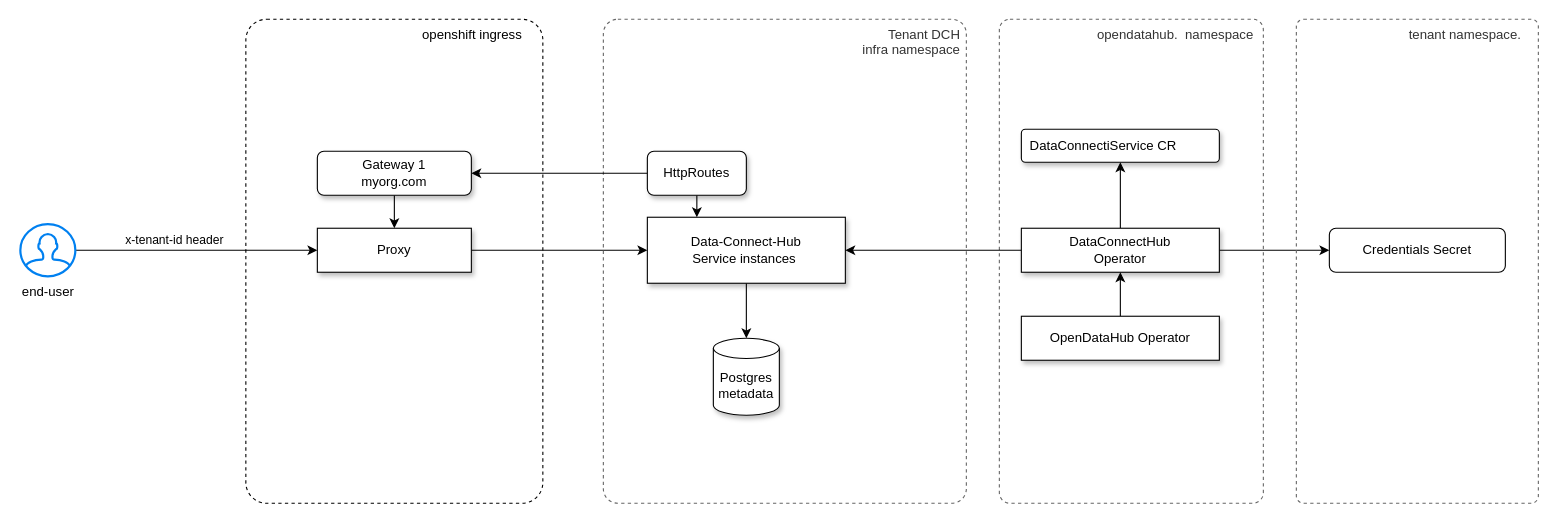
The draw.io diagram page "soft-tenancy" (4 of 5) of architecture-decision-records/data-connect-hub/diagrams/Connections.drawio in opendatahub-io/architecture-decision-records, before the edit. Source tidied: cells renumbered, new cells numbered last; positions are measured from the earlier drawing's top-left corner, leaving out a move shared by most shapes. Both pictures are drawn from the tidied source at 110%, with x=0, y=0 at pixel (20, 19).
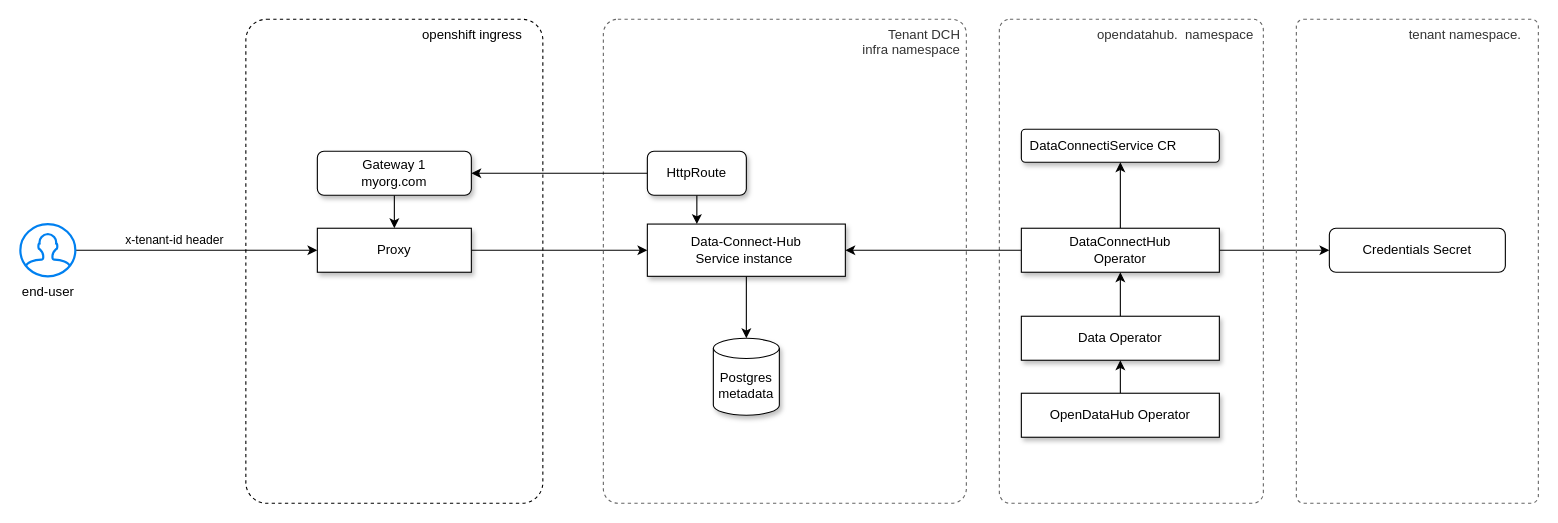
The same page after the edit.

Commit message (it also covers changes not shown here):
fix: show the new data operator that manages DCH.

Diff of the diagram source:
```diff
@@
-    <mxCell id="9" value="Data-Connect-Hub&lt;div&gt;Service instances&amp;nbsp;&lt;/div&gt;" style="rounded=0;whiteSpace=wrap;html=1;shadow=1;" parent="1" vertex="1">
-      <mxGeometry x="570" y="180" width="180" height="60" as="geometry" />
+    <mxCell id="9" value="Data-Connect-Hub&lt;div&gt;Service instance&amp;nbsp;&lt;/div&gt;" style="rounded=0;whiteSpace=wrap;html=1;shadow=1;" parent="1" vertex="1">
+      <mxGeometry x="570" y="186.2" width="180" height="47.5" as="geometry" />
     </mxCell>
@@
-    <mxCell id="17" value="OpenDataHub Operator" style="rounded=0;whiteSpace=wrap;html=1;shadow=1;" parent="1" vertex="1">
+    <mxCell id="17" value="Data Operator" style="rounded=0;whiteSpace=wrap;html=1;shadow=1;" parent="1" vertex="1">
       <mxGeometry x="910" y="270" width="180" height="40" as="geometry" />
     </mxCell>
@@
-    <mxCell id="23" value="HttpRoutes" style="rounded=1;whiteSpace=wrap;html=1;shadow=1;" parent="1" vertex="1">
+    <mxCell id="23" value="HttpRoute" style="rounded=1;whiteSpace=wrap;html=1;shadow=1;" parent="1" vertex="1">
       <mxGeometry x="570" y="120" width="90" height="40" as="geometry" />
     </mxCell>
@@
+    <mxCell id="27" style="edgeStyle=orthogonalEdgeStyle;rounded=0;jettySize=auto;html=1;" parent="1" edge="1" source="28" target="17">
+      <mxGeometry relative="1" as="geometry" />
+    </mxCell>
+    <mxCell id="28" value="OpenDataHub Operator" style="rounded=0;whiteSpace=wrap;html=1;shadow=1;" parent="1" vertex="1">
+      <mxGeometry x="910" y="340" width="180" height="40" as="geometry" />
+    </mxCell>
```
